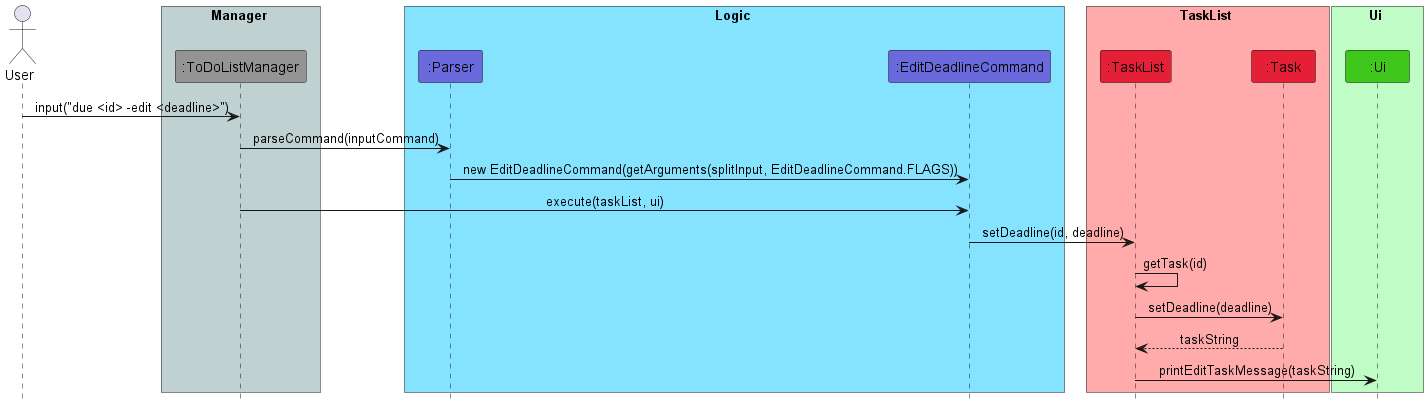
nus-cs2113-AY2223S2/tp keeps this PlantUML diagram as docs/images/EditDeadlineCommandSequence.png. Above is the earlier version.
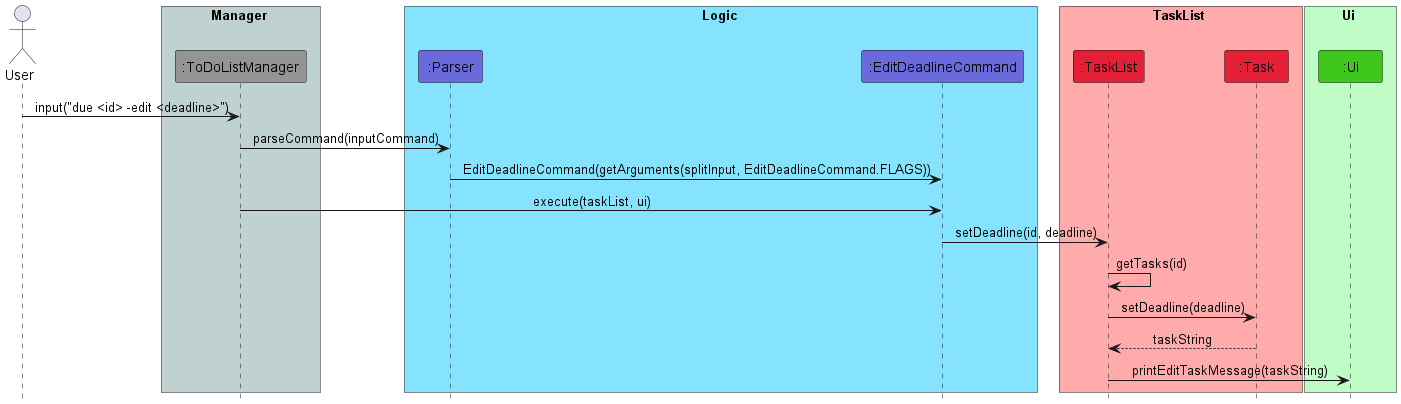
Later version of the same file.

Change to the diagram source:
```diff
@@ -23,10 +23,10 @@
 
 User -> ToDoListManager: input("due <id> -edit <deadline>")
 ToDoListManager -> Parser: parseCommand(inputCommand)
-Parser -> EditDeadlineCommand: new EditDeadlineCommand(getArguments(splitInput, EditDeadlineCommand.FLAGS))
+Parser -> EditDeadlineCommand: EditDeadlineCommand(getArguments(splitInput, EditDeadlineCommand.FLAGS))
 ToDoListManager -> EditDeadlineCommand: execute(taskList, ui)
 EditDeadlineCommand -> TaskList: setDeadline(id, deadline)
-TaskList -> TaskList: getTask(id)
+TaskList -> TaskList: getTasks(id)
 TaskList -> Task: setDeadline(deadline)
 Task --> TaskList: taskString
 TaskList -> Ui: printEditTaskMessage(taskString)
```
